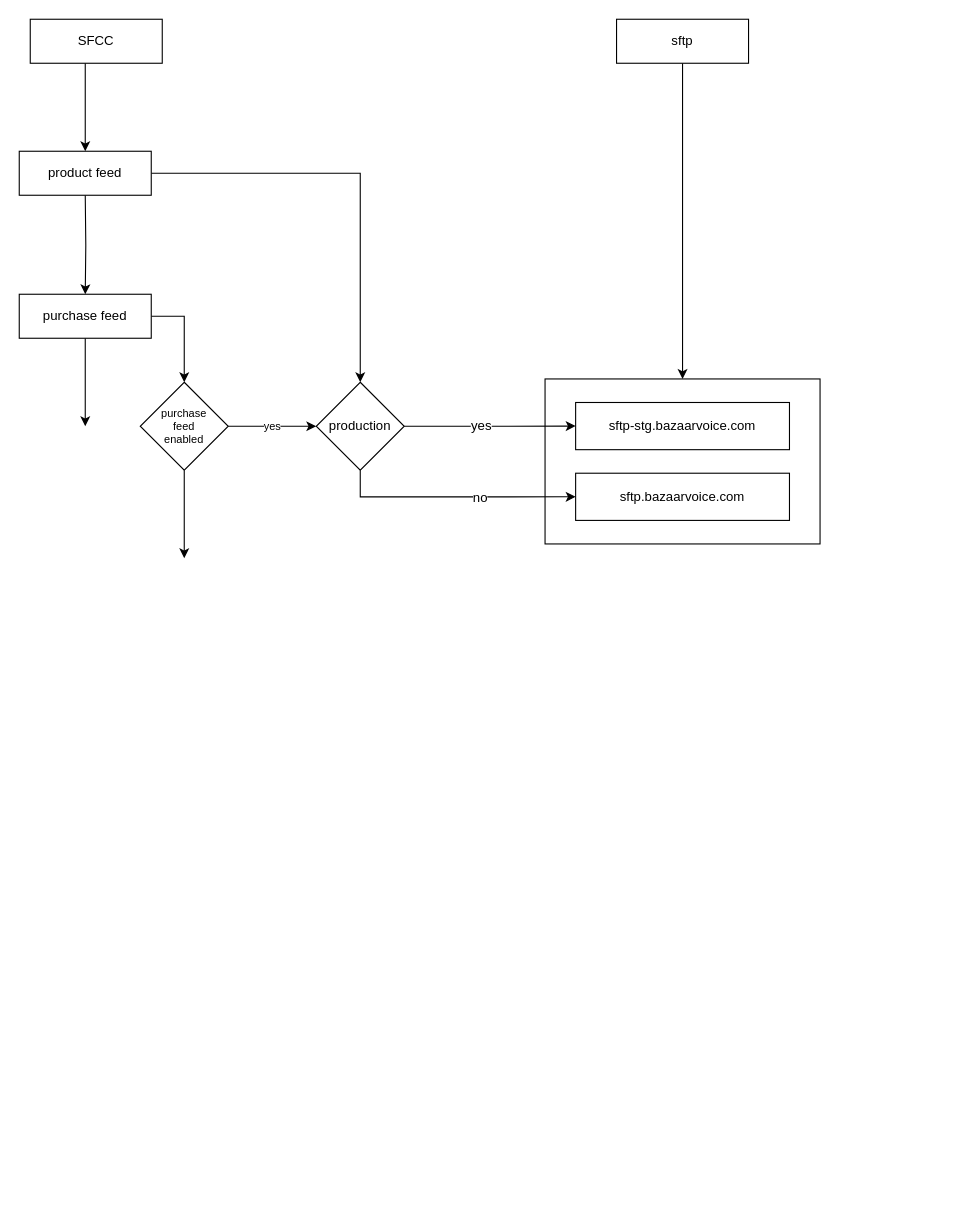
Earlier version of the draw.io diagram page "bazaarvoice" (6 of 6) of Untitled Diagram.drawio (soum/pnd-diagrams). Source tidied: cells renumbered, new cells numbered last; positions are measured from the earlier drawing's top-left corner, leaving out a move shared by most shapes. Both pictures are drawn from the tidied source at 110%, with x=0, y=0 at pixel (19, 19).
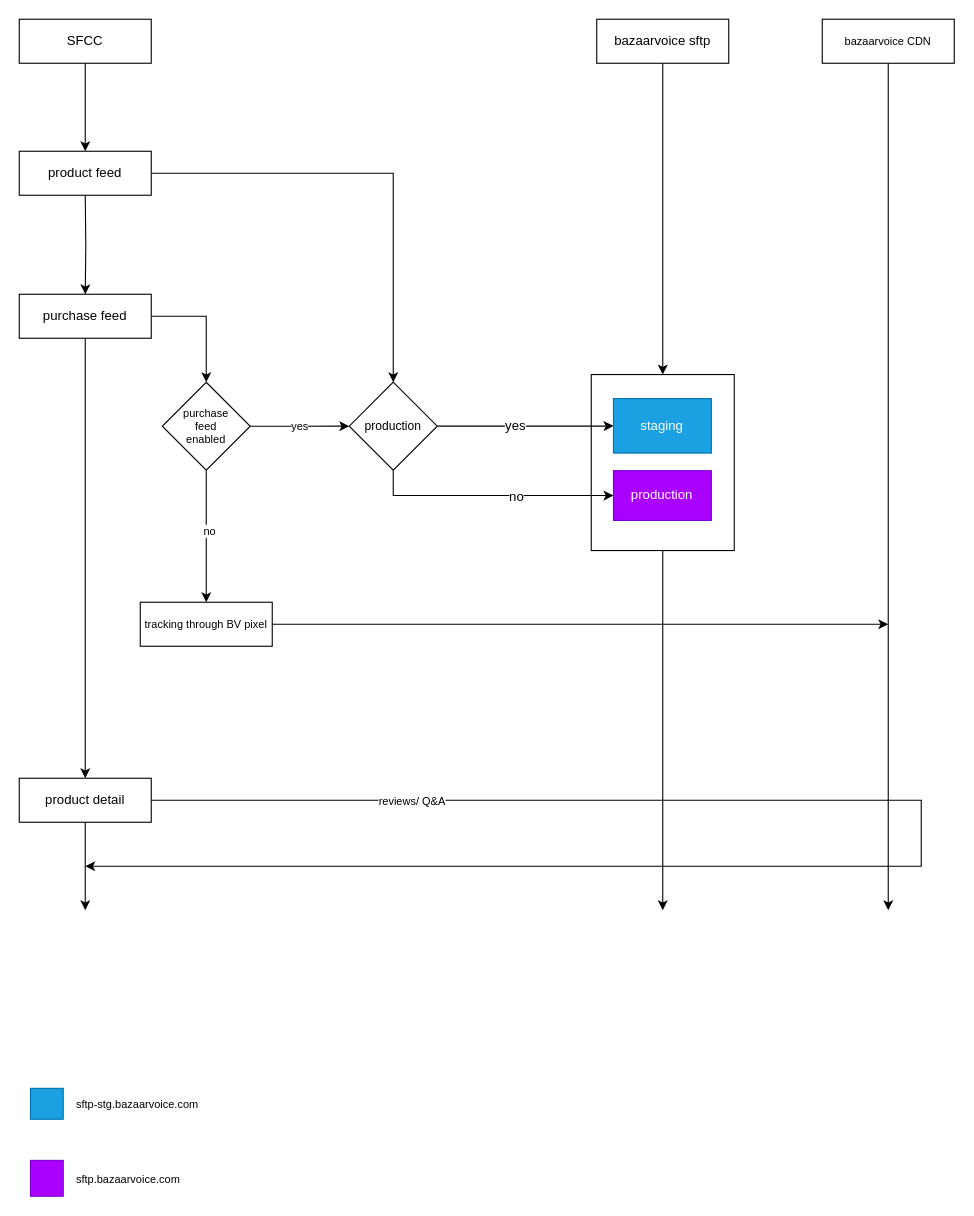
The same page after the edit.

The change refers to these unchanged cells:
```xml
<mxCell id="9" value="purchase feed" style="rounded=0;whiteSpace=wrap;html=1;" parent="1" vertex="1">
  <mxGeometry y="250" width="120" height="40" as="geometry" />
</mxCell>
```

The edit, as a diff of the source:
```diff
@@
+    <mxCell id="13" style="rounded=0;whiteSpace=wrap;html=1;" parent="1" vertex="1">
+      <mxGeometry x="520" y="323" width="130" height="160" as="geometry" />
+    </mxCell>
@@
     <mxCell id="3" value="SFCC" style="rounded=0;whiteSpace=wrap;html=1;" parent="1" vertex="1">
-      <mxGeometry x="10" width="120" height="40" as="geometry" />
+      <mxGeometry width="120" height="40" as="geometry" />
     </mxCell>
@@
-    <mxCell id="7" style="edgeStyle=orthogonalEdgeStyle;rounded=0;jettySize=auto;html=1;" parent="1" edge="1" source="9">
-      <mxGeometry relative="1" as="geometry">
-        <mxPoint x="60" y="370" as="targetPoint" />
-      </mxGeometry>
-    </mxCell>
@@
+    <mxCell id="24" style="edgeStyle=orthogonalEdgeStyle;rounded=0;jettySize=auto;html=1;fontSize=10;" parent="1" edge="1" source="9" target="28">
+      <mxGeometry relative="1" as="geometry" />
+    </mxCell>
@@
+    <mxCell id="25" style="edgeStyle=orthogonalEdgeStyle;rounded=0;jettySize=auto;html=1;fontSize=10;" parent="1" edge="1" source="28">
+      <mxGeometry relative="1" as="geometry">
+        <mxPoint x="60" y="770" as="targetPoint" />
+        <Array as="points">
+          <mxPoint x="820" y="710" />
+          <mxPoint x="820" y="770" />
+        </Array>
+      </mxGeometry>
+    </mxCell>
+    <mxCell id="26" value="reviews/ Q&amp;amp;A" style="text;html=1;align=center;verticalAlign=middle;labelBackgroundColor=#ffffff;fontSize=10;" parent="25" vertex="1">
+      <mxGeometry x="-0.69" relative="1" as="geometry" />
+    </mxCell>
+    <mxCell id="27" style="edgeStyle=orthogonalEdgeStyle;rounded=0;jettySize=auto;html=1;fontSize=10;" parent="1" edge="1" source="28">
+      <mxGeometry relative="1" as="geometry">
+        <mxPoint x="60" y="810" as="targetPoint" />
+      </mxGeometry>
+    </mxCell>
+    <mxCell id="28" value="product detail" style="rounded=0;whiteSpace=wrap;html=1;" parent="1" vertex="1">
+      <mxGeometry y="690" width="120" height="40" as="geometry" />
+    </mxCell>
@@
-    <mxCell id="11" value="sftp" style="rounded=0;whiteSpace=wrap;html=1;" parent="1" vertex="1">
-      <mxGeometry x="543" width="120" height="40" as="geometry" />
+    <mxCell id="11" value="bazaarvoice sftp" style="rounded=0;whiteSpace=wrap;html=1;" parent="1" vertex="1">
+      <mxGeometry x="525" width="120" height="40" as="geometry" />
     </mxCell>
-    <mxCell id="12" style="group;" parent="1" vertex="1">
-      <mxGeometry x="478" y="327" width="250" height="150" as="geometry" />
-    </mxCell>
-    <mxCell id="13" style="rounded=0;whiteSpace=wrap;html=1;" parent="12" vertex="1">
-      <mxGeometry width="250" height="150" as="geometry" />
-    </mxCell>
-    <mxCell id="14" value="&lt;span&gt;sftp-stg.bazaarvoice.com&lt;/span&gt;" style="rounded=0;whiteSpace=wrap;html=1;" parent="12" vertex="1">
-      <mxGeometry x="27.8" y="21.4" width="194.4" height="42.9" as="geometry" />
-    </mxCell>
-    <mxCell id="15" value="sftp.bazaarvoice.com" style="rounded=0;whiteSpace=wrap;html=1;" parent="12" vertex="1">
-      <mxGeometry x="27.8" y="85.7" width="194.4" height="42.9" as="geometry" />
-    </mxCell>
     <mxCell id="16" style="edgeStyle=orthogonalEdgeStyle;rounded=0;jettySize=auto;html=1;exitX=1;exitY=0.5;exitDx=0;exitDy=0;entryX=0;entryY=0.5;entryDx=0;entryDy=0;" parent="1" edge="1" source="20" target="14">
       <mxGeometry relative="1" as="geometry">
         <Array as="points">
-          <mxPoint x="410" y="370" />
-          <mxPoint x="410" y="370" />
+          <mxPoint x="532" y="370" />
         </Array>
       </mxGeometry>
     </mxCell>
@@
-    <mxCell id="20" value="production" style="rhombus;whiteSpace=wrap;html=1;" parent="1" vertex="1">
-      <mxGeometry x="270" y="330" width="80" height="80" as="geometry" />
+    <mxCell id="20" value="production" style="rhombus;whiteSpace=wrap;html=1;fontSize=11;" parent="1" vertex="1">
+      <mxGeometry x="300" y="329.9" width="80" height="80" as="geometry" />
     </mxCell>
@@
-    <mxCell id="22" style="edgeStyle=orthogonalEdgeStyle;rounded=0;jettySize=auto;html=1;fontSize=10;" parent="1" edge="1" source="23">
-      <mxGeometry relative="1" as="geometry">
-        <mxPoint x="150" y="490" as="targetPoint" />
-      </mxGeometry>
+    <mxCell id="22" style="edgeStyle=orthogonalEdgeStyle;rounded=0;jettySize=auto;html=1;fontSize=10;" parent="1" edge="1" source="23" target="31">
+      <mxGeometry relative="1" as="geometry" />
     </mxCell>
+    <mxCell id="29" value="no" style="text;html=1;align=center;verticalAlign=middle;labelBackgroundColor=#ffffff;fontSize=10;" parent="22" vertex="1">
+      <mxGeometry x="-0.1" y="2" relative="1" as="geometry" />
+    </mxCell>
     <mxCell id="23" value="purchase&lt;br style=&quot;font-size: 10px;&quot;&gt;feed &lt;br style=&quot;font-size: 10px;&quot;&gt;enabled" style="rhombus;whiteSpace=wrap;html=1;fontSize=10;" parent="1" vertex="1">
-      <mxGeometry x="110" y="330" width="80" height="80" as="geometry" />
+      <mxGeometry x="130" y="330" width="80" height="80" as="geometry" />
     </mxCell>
+    <mxCell id="30" style="edgeStyle=orthogonalEdgeStyle;rounded=0;jettySize=auto;html=1;fontSize=10;" parent="1" edge="1" source="31">
+      <mxGeometry relative="1" as="geometry">
+        <mxPoint x="790" y="550" as="targetPoint" />
+      </mxGeometry>
+    </mxCell>
+    <mxCell id="31" value="tracking through BV pixel" style="rounded=0;whiteSpace=wrap;html=1;fontSize=10;" parent="1" vertex="1">
+      <mxGeometry x="110" y="530" width="120" height="40" as="geometry" />
+    </mxCell>
+    <mxCell id="32" style="edgeStyle=orthogonalEdgeStyle;rounded=0;jettySize=auto;html=1;fontSize=10;" parent="1" edge="1" source="33">
+      <mxGeometry relative="1" as="geometry">
+        <mxPoint x="790" y="810" as="targetPoint" />
+      </mxGeometry>
+    </mxCell>
+    <mxCell id="33" value="bazaarvoice CDN" style="rounded=0;whiteSpace=wrap;html=1;fontSize=10;" parent="1" vertex="1">
+      <mxGeometry x="730" width="120" height="40" as="geometry" />
+    </mxCell>
+    <mxCell id="34" style="edgeStyle=orthogonalEdgeStyle;rounded=0;orthogonalLoop=1;jettySize=auto;html=1;fontSize=10;" parent="1" edge="1">
+      <mxGeometry relative="1" as="geometry">
+        <mxPoint x="55" y="1437" as="targetPoint" />
+      </mxGeometry>
+    </mxCell>
+    <mxCell id="35" style="rounded=0;whiteSpace=wrap;html=1;fillColor=#1ba1e2;strokeColor=#006EAF;fontColor=#ffffff;" parent="1" vertex="1">
+      <mxGeometry x="10.2" y="971.9" width="29.8" height="28.1" as="geometry" />
+    </mxCell>
+    <mxCell id="36" style="rounded=0;whiteSpace=wrap;html=1;fillColor=#aa00ff;strokeColor=#7700CC;fontColor=#ffffff;" parent="1" vertex="1">
+      <mxGeometry x="10.2" y="1037.4" width="29.8" height="32.6" as="geometry" />
+    </mxCell>
+    <mxCell id="37" style="edgeStyle=orthogonalEdgeStyle;rounded=0;jettySize=auto;html=1;fontSize=10;" parent="1" edge="1" source="13">
+      <mxGeometry relative="1" as="geometry">
+        <mxPoint x="585" y="810" as="targetPoint" />
+      </mxGeometry>
+    </mxCell>
+    <mxCell id="14" value="&lt;span&gt;staging&lt;/span&gt;" style="rounded=0;whiteSpace=wrap;html=1;fillColor=#1ba1e2;strokeColor=#006EAF;fontColor=#ffffff;" parent="1" vertex="1">
+      <mxGeometry x="540.2" y="344.9" width="89" height="49.5" as="geometry" />
+    </mxCell>
+    <mxCell id="15" value="production" style="rounded=0;whiteSpace=wrap;html=1;fillColor=#aa00ff;strokeColor=#7700CC;fontColor=#ffffff;" parent="1" vertex="1">
+      <mxGeometry x="540.2" y="410.4" width="89" height="45.2" as="geometry" />
+    </mxCell>
+    <mxCell id="38" value="sftp.bazaarvoice.com" style="text;html=1;strokeColor=none;fillColor=none;align=left;verticalAlign=middle;whiteSpace=wrap;rounded=0;fontSize=10;" parent="1" vertex="1">
+      <mxGeometry x="50" y="1043.7" width="120" height="20" as="geometry" />
+    </mxCell>
+    <mxCell id="39" value="sftp-stg.bazaarvoice.com" style="text;html=1;strokeColor=none;fillColor=none;align=left;verticalAlign=middle;whiteSpace=wrap;rounded=0;fontSize=10;" parent="1" vertex="1">
+      <mxGeometry x="50" y="975.9" width="120" height="20" as="geometry" />
+    </mxCell>
```
